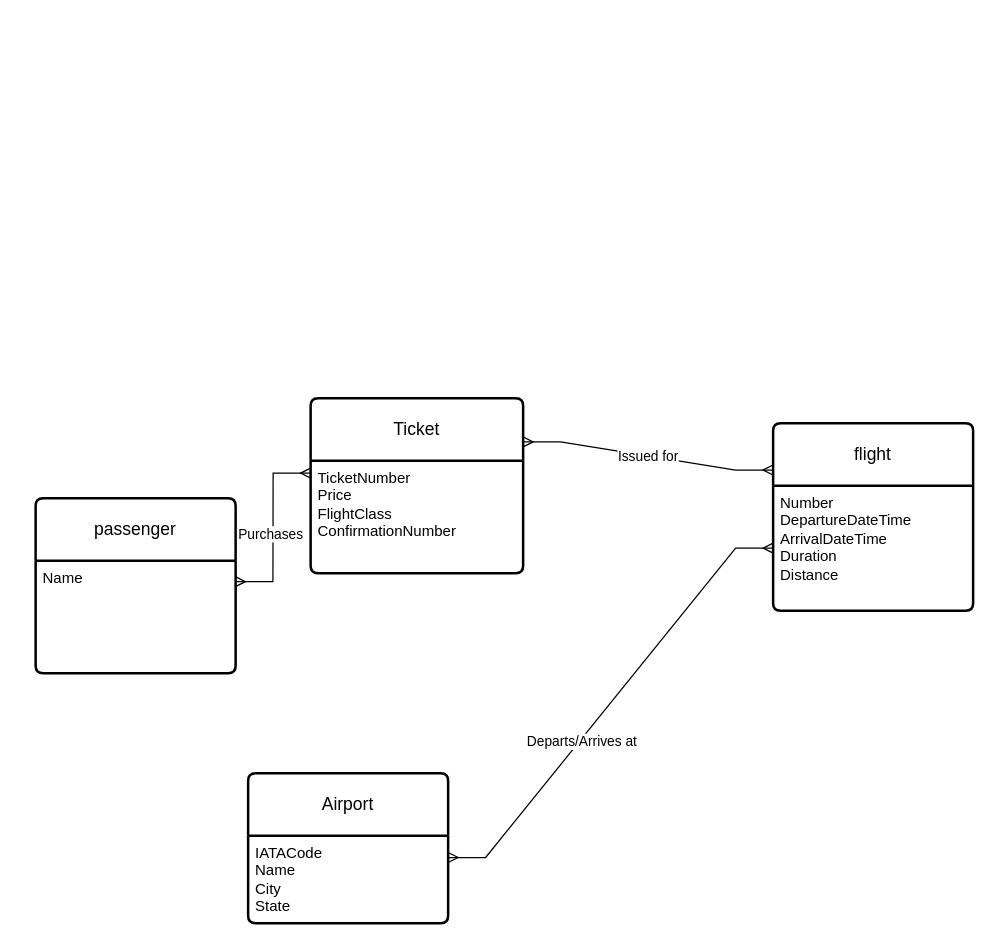
The draw.io diagram flightBooking.drawio in Tony-Ndereva/ER-diagrams, before the edit. Source tidied: cells renumbered, new cells numbered last; positions are measured from the earlier drawing's top-left corner, leaving out a move shared by most shapes. Both pictures are drawn from the tidied source at 125%, with x=0, y=0 at pixel (35, 398).
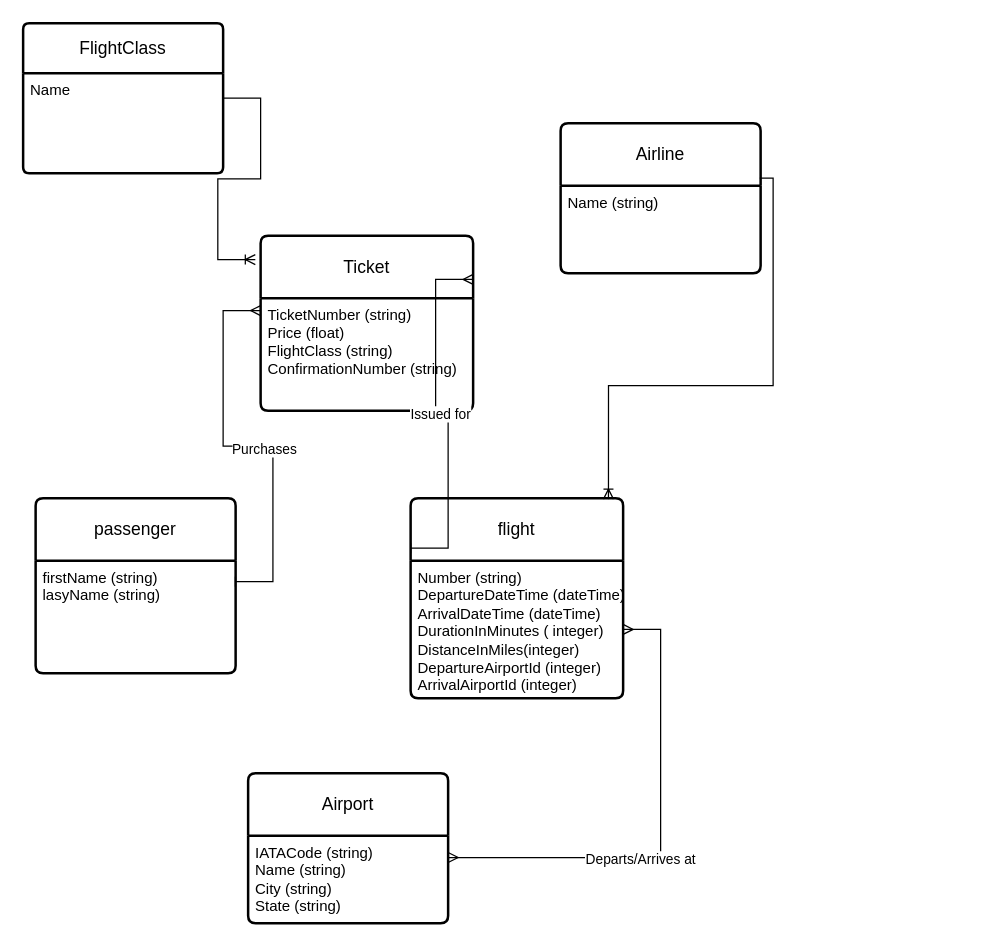
The same page after the edit.

Unchanged cells that the change refers to:
```xml
<mxCell id="2" value="passenger" style="swimlane;horizontal=1;startSize=50;rounded=1;fontSize=14;fontStyle=0;strokeWidth=2;shadow=0;dashed=0;align=center;arcSize=4;whiteSpace=wrap;html=1;" parent="1" vertex="1">
  <mxGeometry y="80" width="160" height="140" as="geometry" />
</mxCell>
<mxCell id="6" value="Airport" style="swimlane;horizontal=1;startSize=50;rounded=1;fontSize=14;fontStyle=0;strokeWidth=2;shadow=0;dashed=0;align=center;arcSize=4;whiteSpace=wrap;html=1;" parent="1" vertex="1">
  <mxGeometry x="170" y="300" width="160" height="120" as="geometry" />
</mxCell>
```

Diff of the diagram source:
```diff
@@
-    <mxCell id="3" value="Name&amp;nbsp;" style="align=left;strokeColor=none;fillColor=none;spacingLeft=4;fontSize=12;verticalAlign=top;html=1;" parent="2" vertex="1">
+    <mxCell id="3" value="firstName (string)&lt;br&gt;lasyName (string)" style="align=left;strokeColor=none;fillColor=none;spacingLeft=4;fontSize=12;verticalAlign=top;html=1;" parent="2" vertex="1">
       <mxGeometry y="50" width="160" height="90" as="geometry" />
     </mxCell>
     <mxCell id="4" value="flight" style="swimlane;horizontal=1;startSize=50;rounded=1;fontSize=14;fontStyle=0;strokeWidth=2;shadow=0;dashed=0;align=center;arcSize=4;whiteSpace=wrap;html=1;" parent="1" vertex="1">
-      <mxGeometry x="590" y="20" width="160" height="150" as="geometry" />
+      <mxGeometry x="300" y="80" width="170" height="160" as="geometry" />
     </mxCell>
-    <mxCell id="5" value="Number&lt;br&gt;DepartureDateTime&lt;br&gt;ArrivalDateTime&lt;br&gt;Duration&lt;br&gt;Distance" style="align=left;strokeColor=none;fillColor=none;spacingLeft=4;fontSize=12;verticalAlign=top;html=1;" parent="4" vertex="1">
-      <mxGeometry y="50" width="160" height="100" as="geometry" />
+    <mxCell id="5" value="Number (string)&lt;br&gt;DepartureDateTime (dateTime)&lt;br&gt;ArrivalDateTime (dateTime)&lt;br&gt;DurationInMinutes ( integer)&lt;br&gt;DistanceInMiles(integer)&lt;br&gt;DepartureAirportId (integer)&lt;br&gt;ArrivalAirportId (integer)" style="align=left;strokeColor=none;fillColor=none;spacingLeft=4;fontSize=12;verticalAlign=top;html=1;" parent="4" vertex="1">
+      <mxGeometry y="50" width="170" height="110" as="geometry" />
     </mxCell>
@@
-    <mxCell id="7" value="IATACode&lt;br&gt;Name&lt;br&gt;City&lt;br&gt;State" style="align=left;strokeColor=none;fillColor=none;spacingLeft=4;fontSize=12;verticalAlign=top;html=1;" parent="6" vertex="1">
+    <mxCell id="7" value="IATACode (string)&lt;br&gt;Name (string)&lt;br&gt;City (string)&lt;br&gt;State (string)" style="align=left;strokeColor=none;fillColor=none;spacingLeft=4;fontSize=12;verticalAlign=top;html=1;" parent="6" vertex="1">
       <mxGeometry y="50" width="160" height="70" as="geometry" />
     </mxCell>
@@
     <mxCell id="10" value="Ticket" style="swimlane;horizontal=1;startSize=50;rounded=1;fontSize=14;fontStyle=0;strokeWidth=2;shadow=0;dashed=0;align=center;arcSize=4;whiteSpace=wrap;html=1;" parent="1" vertex="1">
-      <mxGeometry x="220" width="170" height="140" as="geometry" />
+      <mxGeometry x="180" y="-130" width="170" height="140" as="geometry" />
     </mxCell>
-    <mxCell id="11" value="TicketNumber&lt;br&gt;Price&lt;br&gt;FlightClass&lt;br&gt;ConfirmationNumber" style="align=left;strokeColor=none;fillColor=none;spacingLeft=4;fontSize=12;verticalAlign=top;html=1;" parent="10" vertex="1">
+    <mxCell id="11" value="TicketNumber (string)&lt;br&gt;Price (float)&lt;br&gt;FlightClass (string)&lt;br&gt;ConfirmationNumber (string)" style="align=left;strokeColor=none;fillColor=none;spacingLeft=4;fontSize=12;verticalAlign=top;html=1;" parent="10" vertex="1">
       <mxGeometry y="50" width="170" height="90" as="geometry" />
     </mxCell>
-    <mxCell id="12" style="edgeStyle=entityRelationEdgeStyle;fontSize=12;html=1;endArrow=ERmany;startArrow=ERmany;rounded=0;exitX=0.999;exitY=0.187;exitDx=0;exitDy=0;exitPerimeter=0;entryX=0;entryY=0.111;entryDx=0;entryDy=0;entryPerimeter=0;" parent="1" edge="1" source="3" target="11">
+    <mxCell id="12" style="edgeStyle=entityRelationEdgeStyle;fontSize=12;html=1;endArrow=ERmany;startArrow=baseDash;rounded=0;exitX=0.999;exitY=0.187;exitDx=0;exitDy=0;exitPerimeter=0;entryX=0;entryY=0.111;entryDx=0;entryDy=0;entryPerimeter=0;startFill=0;" parent="1" edge="1" source="3" target="11">
       <mxGeometry relative="1" as="geometry" />
     </mxCell>
@@
-    <mxCell id="14" style="edgeStyle=entityRelationEdgeStyle;fontSize=12;html=1;endArrow=ERmany;startArrow=ERmany;rounded=0;exitX=1;exitY=0.25;exitDx=0;exitDy=0;entryX=0;entryY=0.25;entryDx=0;entryDy=0;" parent="1" edge="1" source="10" target="4">
+    <mxCell id="14" style="edgeStyle=entityRelationEdgeStyle;fontSize=12;html=1;endArrow=baseDash;startArrow=ERmany;rounded=0;exitX=1;exitY=0.25;exitDx=0;exitDy=0;entryX=0;entryY=0.25;entryDx=0;entryDy=0;endFill=0;" parent="1" edge="1" source="10" target="4">
       <mxGeometry relative="1" as="geometry" />
     </mxCell>
@@
+    <mxCell id="16" value="Airline" style="swimlane;horizontal=1;startSize=50;rounded=1;fontSize=14;fontStyle=0;strokeWidth=2;shadow=0;dashed=0;align=center;arcSize=4;whiteSpace=wrap;html=1;" parent="1" vertex="1">
+      <mxGeometry x="420" y="-220" width="160" height="120" as="geometry" />
+    </mxCell>
+    <mxCell id="17" value="Name (string)" style="align=left;strokeColor=none;fillColor=none;spacingLeft=4;fontSize=12;verticalAlign=top;html=1;" parent="16" vertex="1">
+      <mxGeometry y="50" width="160" height="70" as="geometry" />
+    </mxCell>
+    <mxCell id="18" style="edgeStyle=orthogonalEdgeStyle;fontSize=12;html=1;endArrow=ERoneToMany;rounded=0;exitX=0.996;exitY=0.367;exitDx=0;exitDy=0;exitPerimeter=0;entryX=0.931;entryY=0.005;entryDx=0;entryDy=0;entryPerimeter=0;elbow=vertical;" parent="1" edge="1" source="16" target="4">
+      <mxGeometry relative="1" as="geometry" />
+    </mxCell>
+    <mxCell id="19" value="FlightClass" style="swimlane;horizontal=1;startSize=40;rounded=1;fontSize=14;fontStyle=0;strokeWidth=2;shadow=0;dashed=0;align=center;arcSize=4;whiteSpace=wrap;html=1;" parent="1" vertex="1">
+      <mxGeometry x="-10" y="-300" width="160" height="120" as="geometry" />
+    </mxCell>
+    <mxCell id="20" value="Name&amp;nbsp;" style="align=left;strokeColor=none;fillColor=none;spacingLeft=4;fontSize=12;verticalAlign=top;html=1;" parent="19" vertex="1">
+      <mxGeometry y="40" width="160" height="80" as="geometry" />
+    </mxCell>
+    <mxCell id="21" style="edgeStyle=entityRelationEdgeStyle;fontSize=12;html=1;endArrow=ERoneToMany;rounded=0;exitX=1;exitY=0.25;exitDx=0;exitDy=0;entryX=-0.025;entryY=0.137;entryDx=0;entryDy=0;entryPerimeter=0;" parent="1" edge="1" source="20" target="10">
+      <mxGeometry relative="1" as="geometry" />
+    </mxCell>
```
